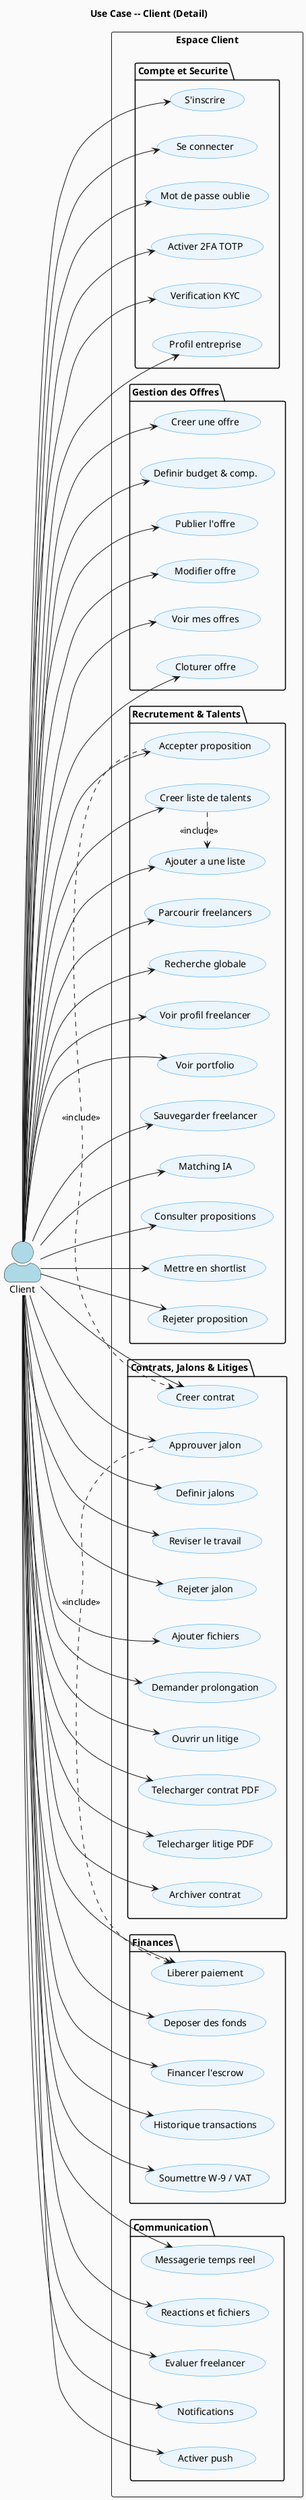
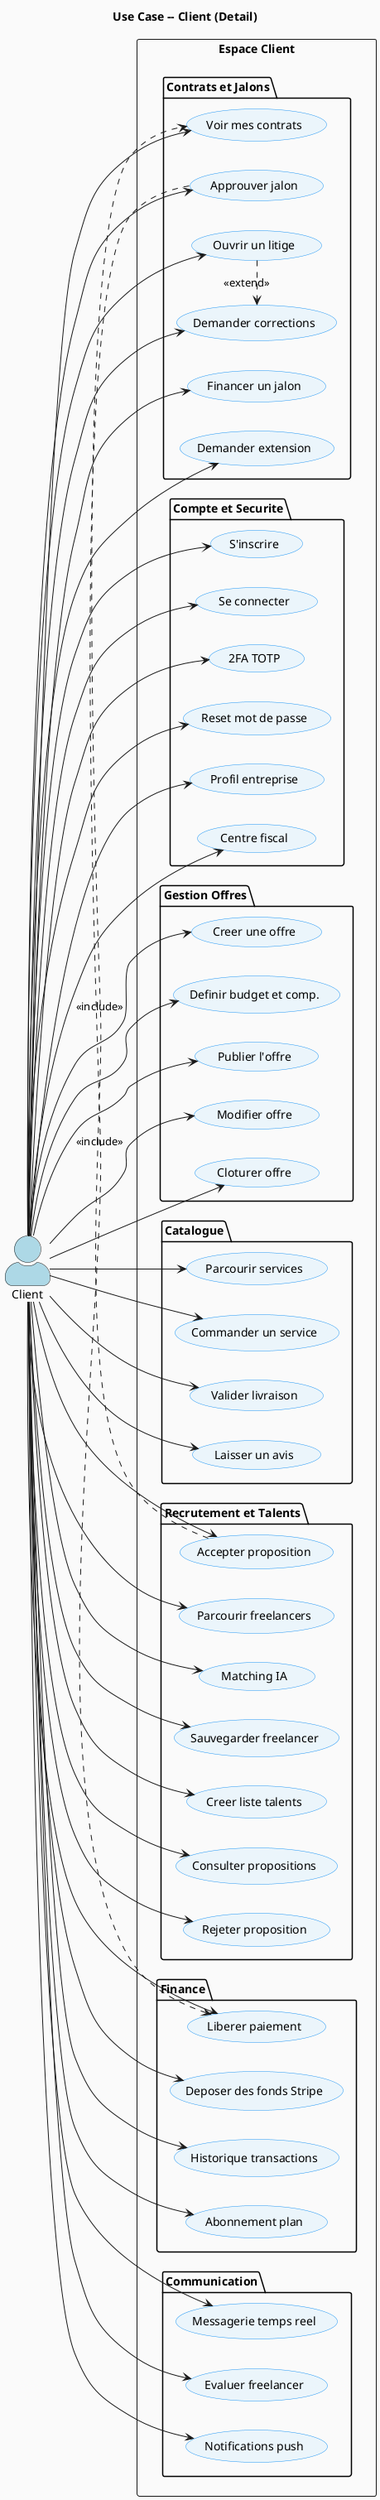
@startuml
skinparam backgroundColor #FAFAFA
skinparam actorStyle awesome
skinparam usecase {
  BackgroundColor #EBF5FB
  BorderColor #2196F3
}
left to right direction
title Use Case -- Client (Detail)

actor "Client" as CL #LightBlue

rectangle "Espace Client" {
  package "Compte et Securite" {
-     (S'inscrire)                  as REG
-     (Se connecter)                as LOGIN
-     (Mot de passe oublie)         as FORGOT
-     (Activer 2FA TOTP)            as TFA
-     (Verification KYC)            as KYC
-     (Profil entreprise)           as CPRO
+     (S'inscrire) as REG
+     (Se connecter) as LOGIN
+     (2FA TOTP) as TFA
+     (Reset mot de passe) as RESET
+     (Profil entreprise) as CPRO
+     (Centre fiscal) as TAX
  }
-   package "Gestion des Offres" {
-     (Creer une offre)             as CREATE
-     (Definir budget & comp.)      as SETDET
-     (Publier l'offre)             as PUB
-     (Modifier offre)              as EDIT
-     (Voir mes offres)             as MYJOBS
-     (Cloturer offre)              as CLOSE
+   package "Gestion Offres" {
+     (Creer une offre) as CREATE
+     (Definir budget et comp.) as SETDET
+     (Publier l'offre) as PUB
+     (Modifier offre) as EDIT
+     (Cloturer offre) as CLOSE
  }
-   package "Recrutement & Talents" {
-     (Parcourir freelancers)       as BROWSE
-     (Recherche globale)           as SEARCH
-     (Voir profil freelancer)      as VIEW
-     (Voir portfolio)              as PORT
-     (Sauvegarder freelancer)      as SAVEF
-     (Creer liste de talents)      as TLIST
-     (Ajouter a une liste)         as ADDL
-     (Matching IA)                 as MATCH
-     (Consulter propositions)      as PROPS
-     (Mettre en shortlist)         as SHORT
-     (Accepter proposition)        as ACCEPT
-     (Rejeter proposition)         as REJECT
+   package "Catalogue" {
+     (Parcourir services) as BCAT
+     (Commander un service) as OCAT
+     (Valider livraison) as VCAT
+     (Laisser un avis) as RCAT
  }
-   package "Contrats, Jalons & Litiges" {
-     (Creer contrat)               as CON
-     (Definir jalons)              as DEFMIL
-     (Reviser le travail)          as REV
-     (Approuver jalon)             as APR
-     (Rejeter jalon)               as CORR
-     (Ajouter fichiers)            as CFILE
-     (Demander prolongation)       as EXT
-     (Ouvrir un litige)            as DISP
-     (Telecharger contrat PDF)     as PDF
-     (Telecharger litige PDF)      as DPDF
-     (Archiver contrat)            as ARCH
+   package "Recrutement et Talents" {
+     (Parcourir freelancers) as BROWSE
+     (Matching IA) as MATCH
+     (Sauvegarder freelancer) as SAVE
+     (Creer liste talents) as TLIST
+     (Consulter propositions) as PROPS
+     (Accepter proposition) as ACCEPT
+     (Rejeter proposition) as REJECT
  }
-   package "Finances" {
-     (Deposer des fonds)           as DEP
-     (Financer l'escrow)           as ESC
-     (Liberer paiement)            as REL
-     (Historique transactions)     as HIST
-     (Soumettre W-9 / VAT)         as TAX
+   package "Contrats et Jalons" {
+     (Voir mes contrats) as CON
+     (Financer un jalon) as DEFMIL
+     (Approuver jalon) as APR
+     (Demander corrections) as CORR
+     (Demander extension) as EXT
+     (Ouvrir un litige) as DISP
+   }
+   package "Finance" {
+     (Deposer des fonds Stripe) as DEP
+     (Liberer paiement) as REL
+     (Historique transactions) as HIST
+     (Abonnement plan) as PLAN
  }
  package "Communication" {
-     (Messagerie temps reel)       as MSG
-     (Reactions et fichiers)       as MEDIA
-     (Evaluer freelancer)          as REVI
-     (Notifications)               as NOTIF
-     (Activer push)                as PUSH
+     (Messagerie temps reel) as MSG
+     (Evaluer freelancer) as REVI
+     (Notifications push) as NOTIF
  }
}

CL --> REG
CL --> LOGIN
- CL --> FORGOT
CL --> TFA
- CL --> KYC
+ CL --> RESET
CL --> CPRO
+ CL --> TAX
CL --> CREATE
CL --> SETDET
CL --> PUB
CL --> EDIT
- CL --> MYJOBS
CL --> CLOSE
+ CL --> BCAT
+ CL --> OCAT
+ CL --> VCAT
+ CL --> RCAT
CL --> BROWSE
- CL --> SEARCH
- CL --> VIEW
- CL --> PORT
- CL --> SAVEF
+ CL --> MATCH
+ CL --> SAVE
CL --> TLIST
- CL --> ADDL
- CL --> MATCH
CL --> PROPS
- CL --> SHORT
CL --> ACCEPT
CL --> REJECT
CL --> CON
CL --> DEFMIL
- CL --> REV
CL --> APR
CL --> CORR
- CL --> CFILE
CL --> EXT
CL --> DISP
- CL --> PDF
- CL --> DPDF
- CL --> ARCH
CL --> DEP
- CL --> ESC
CL --> REL
CL --> HIST
- CL --> TAX
+ CL --> PLAN
CL --> MSG
- CL --> MEDIA
CL --> REVI
CL --> NOTIF
- CL --> PUSH

- ACCEPT  .> CON  : <<include>>
- APR     .> REL  : <<include>>
- TLIST   .> ADDL : <<include>>
- @enduml
+ ACCEPT .> CON   : <<include>>
+ APR    .> REL   : <<include>>
+ DISP   .> CORR  : <<extend>>
+ @enduml